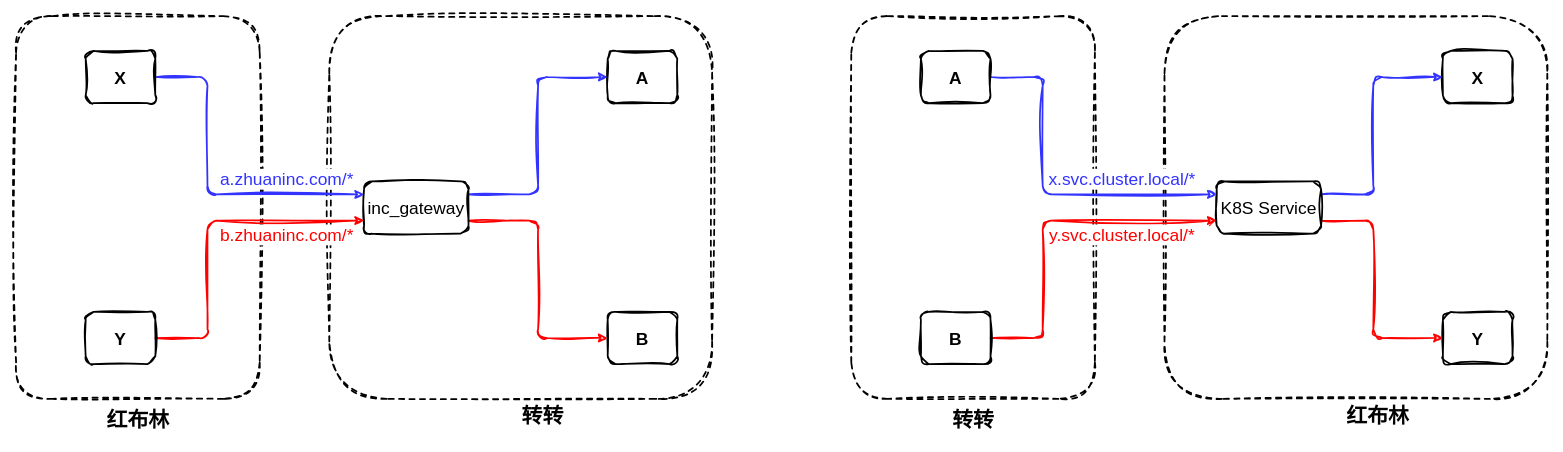
Before: personal/duyunjie/红布林.drawio in zhuanzhuan-tech/arch-draw-io, a draw.io diagram. Source tidied: cells renumbered, new cells numbered last; positions are measured from the earlier drawing's top-left corner, leaving out a move shared by most shapes. Both pictures are drawn from the tidied source at 87%, with x=0, y=0 at pixel (16, 16).
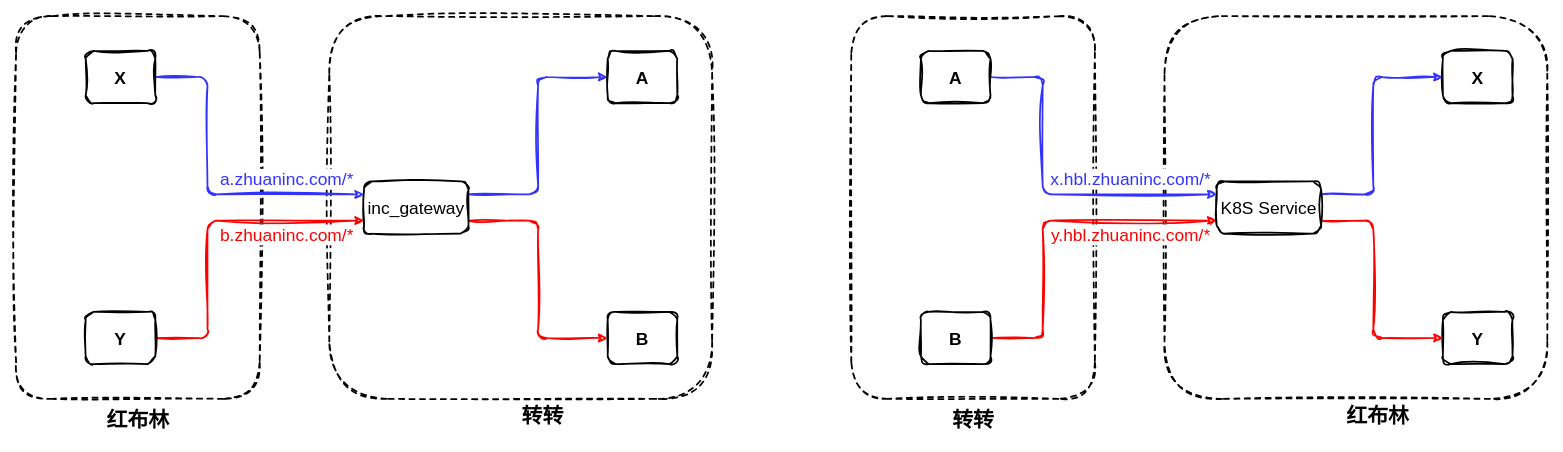
Above is the later version.

Commit message:
更新红布林.drawio

The edit, as a diff of the source:
```diff
@@
-    <mxCell id="30" value="&lt;font color=&quot;#3333ff&quot; style=&quot;font-size: 20px;&quot;&gt;x.svc.cluster.local/*&lt;/font&gt;" style="edgeLabel;html=1;align=center;verticalAlign=middle;sketch=1;curveFitting=1;jiggle=2;rounded=1;" parent="1" vertex="1">
-      <mxGeometry x="1270" y="186" as="geometry" />
+    <mxCell id="30" value="&lt;font color=&quot;#3333ff&quot; style=&quot;font-size: 20px;&quot;&gt;x.hbl.zhuaninc.com/*&lt;/font&gt;" style="edgeLabel;html=1;align=center;verticalAlign=middle;sketch=1;curveFitting=1;jiggle=2;rounded=1;" parent="1" vertex="1">
+      <mxGeometry x="1280" y="186" as="geometry" />
     </mxCell>
-    <mxCell id="31" value="&lt;font color=&quot;#ff0000&quot; style=&quot;font-size: 20px;&quot;&gt;y.svc.cluster.local/*&lt;/font&gt;" style="edgeLabel;html=1;align=center;verticalAlign=middle;sketch=1;curveFitting=1;jiggle=2;rounded=1;" parent="1" vertex="1">
-      <mxGeometry x="1270" y="250" as="geometry" />
+    <mxCell id="31" value="&lt;font color=&quot;#ff0000&quot; style=&quot;font-size: 20px;&quot;&gt;y.hbl.zhuaninc.com/*&lt;/font&gt;" style="edgeLabel;html=1;align=center;verticalAlign=middle;sketch=1;curveFitting=1;jiggle=2;rounded=1;" parent="1" vertex="1">
+      <mxGeometry x="1280" y="250" as="geometry" />
     </mxCell>
```
